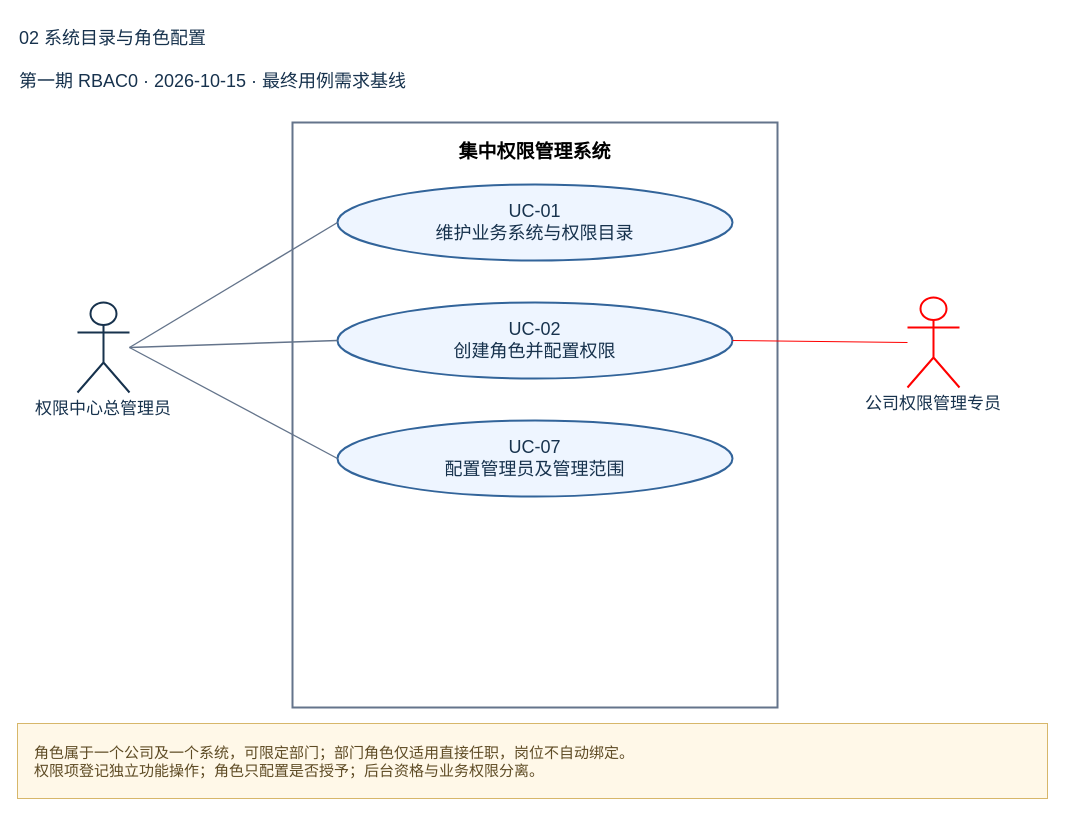
Before: page "02 系统目录与角色配置" (2 of 2) of docs/按用例分类/UC-07_配置管理员及管理范围/相关用例图.drawio in Noah-hope/RBAC-admin, a draw.io diagram. Source tidied: cells renumbered, new cells numbered last; positions are measured from the earlier drawing's top-left corner, leaving out a move shared by most shapes. Both pictures are drawn from the tidied source at 100%, with x=0, y=0 at pixel (17, 17).
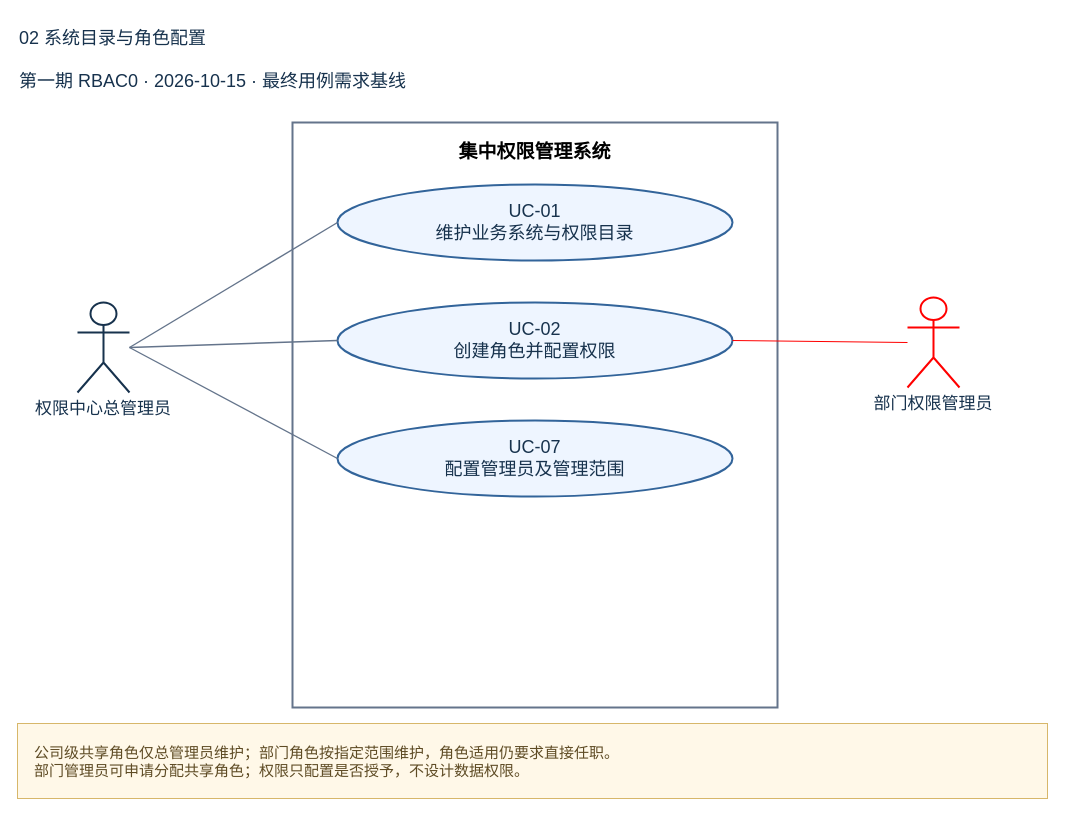
The same page after the edit.

Change to the diagram source:
```diff
@@
 <mxGraphModel>
   <root>
     <mxCell id="0" />
     <mxCell id="1" parent="0" />
     <mxCell id="2" value="02 系统目录与角色配置" style="text;html=0;align=left;verticalAlign=middle;whiteSpace=wrap;strokeColor=none;fillColor=none;fontSize=18;fontColor=#17324d;" parent="1" vertex="1">
       <mxGeometry width="1030" height="42" as="geometry" />
     </mxCell>
     <mxCell id="3" value="第一期 RBAC0 · 2026-10-15 · 最终用例需求基线" style="text;html=0;align=left;verticalAlign=middle;whiteSpace=wrap;strokeColor=none;fillColor=none;fontSize=18;fontColor=#17324d;" parent="1" vertex="1">
       <mxGeometry y="47" width="1030" height="34" as="geometry" />
     </mxCell>
     <mxCell id="4" value="集中权限管理系统" style="rounded=0;html=0;whiteSpace=wrap;fillColor=#ffffff;strokeColor=#64748b;strokeWidth=2;verticalAlign=top;align=center;spacingTop=12;fontStyle=1;fontSize=19;" parent="1" vertex="1">
       <mxGeometry x="275" y="105" width="485" height="585" as="geometry" />
     </mxCell>
     <mxCell id="5" value="UC-01&#10;维护业务系统与权限目录" style="ellipse;html=0;whiteSpace=wrap;fillColor=#eef5ff;strokeColor=#32649a;strokeWidth=2;fontSize=18;fontColor=#17324d;" parent="1" vertex="1">
       <mxGeometry x="320" y="167" width="395" height="76" as="geometry" />
     </mxCell>
     <mxCell id="6" value="UC-02&#10;创建角色并配置权限" style="ellipse;html=0;whiteSpace=wrap;fillColor=#eef5ff;strokeColor=#32649a;strokeWidth=2;fontSize=18;fontColor=#17324d;" parent="1" vertex="1">
       <mxGeometry x="320" y="285" width="395" height="76" as="geometry" />
     </mxCell>
     <mxCell id="7" value="UC-07&#10;配置管理员及管理范围" style="ellipse;html=0;whiteSpace=wrap;fillColor=#eef5ff;strokeColor=#32649a;strokeWidth=2;fontSize=18;fontColor=#17324d;" parent="1" vertex="1">
       <mxGeometry x="320" y="403" width="395" height="76" as="geometry" />
     </mxCell>
     <mxCell id="8" value="权限中心总管理员" style="shape=umlActor;html=0;verticalLabelPosition=bottom;verticalAlign=top;align=center;fillColor=#ffffff;strokeColor=#17324d;strokeWidth=2;fontSize=17;fontColor=#17324d;whiteSpace=wrap;labelWidth=190;" parent="1" vertex="1">
       <mxGeometry x="60" y="285" width="52" height="90" as="geometry" />
     </mxCell>
-    <mxCell id="9" value="角色属于一个公司及一个系统，可限定部门；部门角色仅适用直接任职，岗位不自动绑定。&#10;权限项登记独立功能操作；角色只配置是否授予；后台资格与业务权限分离。" style="rounded=0;html=0;whiteSpace=wrap;align=left;spacingLeft=15;fillColor=#fff8e8;strokeColor=#d7b76a;fontColor=#5e4b24;fontSize=15;" parent="1" vertex="1">
+    <mxCell id="9" value="公司级共享角色仅总管理员维护；部门角色按指定范围维护，角色适用仍要求直接任职。&#10;部门管理员可申请分配共享角色；权限只配置是否授予，不设计数据权限。" style="rounded=0;html=0;whiteSpace=wrap;align=left;spacingLeft=15;fillColor=#fff8e8;strokeColor=#d7b76a;fontColor=#5e4b24;fontSize=15;" parent="1" vertex="1">
       <mxGeometry y="706" width="1030" height="75" as="geometry" />
     </mxCell>
     <mxCell id="10" style="html=0;endArrow=none;startArrow=none;strokeColor=#64748b;strokeWidth=1.4;edgeStyle=none;noEdgeStyle=1;curved=0;rounded=0;exitX=1;exitY=0.5;entryX=0;entryY=0.5;exitPerimeter=0;entryPerimeter=0;" parent="1" edge="1" source="8" target="5">
       <mxGeometry relative="1" as="geometry" />
     </mxCell>
     <mxCell id="11" style="html=0;endArrow=none;startArrow=none;strokeColor=#64748b;strokeWidth=1.4;edgeStyle=none;noEdgeStyle=1;curved=0;rounded=0;exitX=1;exitY=0.5;entryX=0;entryY=0.5;exitPerimeter=0;entryPerimeter=0;" parent="1" edge="1" source="8" target="6">
       <mxGeometry relative="1" as="geometry" />
     </mxCell>
     <mxCell id="12" style="html=0;endArrow=none;startArrow=none;strokeColor=#64748b;strokeWidth=1.4;edgeStyle=none;noEdgeStyle=1;curved=0;rounded=0;exitX=1;exitY=0.5;entryX=0;entryY=0.5;exitPerimeter=0;entryPerimeter=0;" parent="1" edge="1" source="8" target="7">
       <mxGeometry relative="1" as="geometry" />
     </mxCell>
-    <mxCell id="13" value="公司权限管理专员" style="shape=umlActor;html=0;verticalLabelPosition=bottom;verticalAlign=top;align=center;fillColor=#ffffff;strokeColor=#FF0000;strokeWidth=2;fontSize=17;fontColor=#17324d;whiteSpace=wrap;labelWidth=190;" parent="1" vertex="1">
+    <mxCell id="13" value="部门权限管理员" style="shape=umlActor;html=0;verticalLabelPosition=bottom;verticalAlign=top;align=center;fillColor=#ffffff;strokeColor=#FF0000;strokeWidth=2;fontSize=17;fontColor=#17324d;whiteSpace=wrap;labelWidth=190;" parent="1" vertex="1">
       <mxGeometry x="890" y="280" width="52" height="90" as="geometry" />
     </mxCell>
     <mxCell id="14" style="edgeStyle=none;noEdgeStyle=1;curved=0;rounded=0;endArrow=none;startArrow=none;strokeColor=#FF0000;exitX=0;exitY=0.5;entryX=1;entryY=0.5;exitPerimeter=0;entryPerimeter=0;" parent="1" edge="1" source="13" target="6">
       <mxGeometry relative="1" as="geometry" />
     </mxCell>
   </root>
 </mxGraphModel>
```
